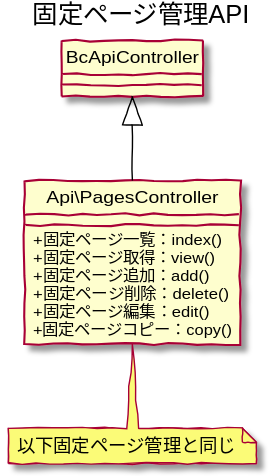
Above: 5/ucmitz/svg/class/api_pages.svg in baserproject/baserproject.github.io (PlantUML), before the change. Its source is kept beside it as src/puml/5/ucmitz/svg/class/api_pages.puml.
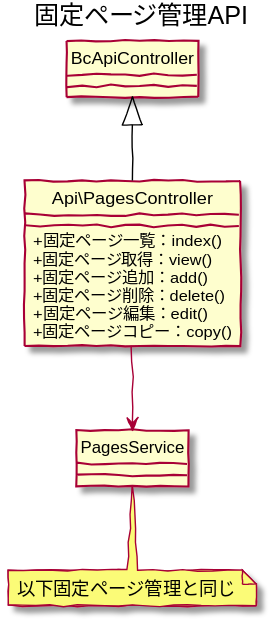
After the change.

What changed in the source:
```diff
@@ -16,6 +16,11 @@
 }
 
 Api\PagesController -up[#Black]-|> BcApiController
+Api\PagesController --> PagesService
 note "以下固定ページ管理と同じ" as pageNote
-Api\PagesController .. pageNote
+PagesService .. pageNote
+
+
+
+
 @enduml
```
